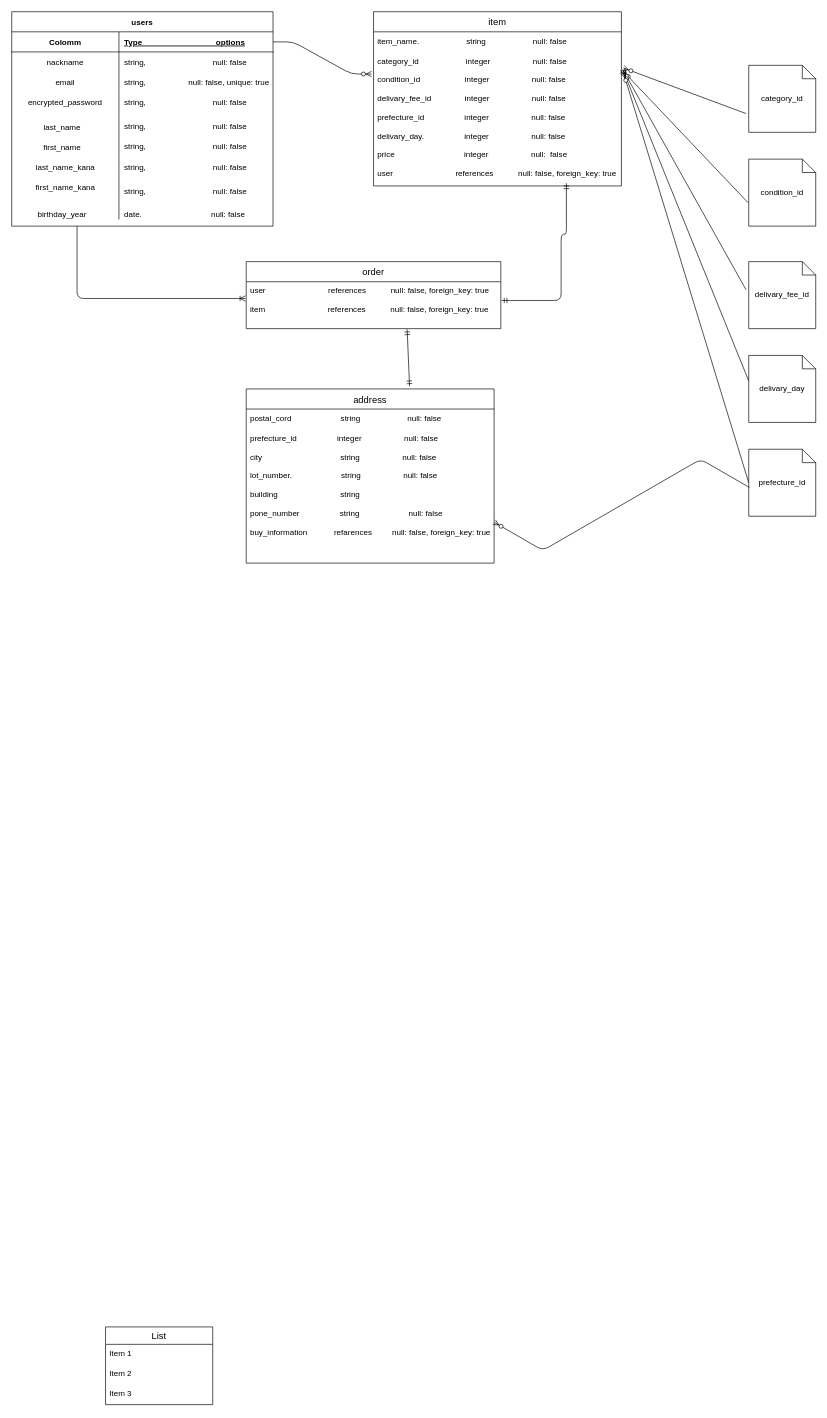
Earlier version of the draw.io diagram furima.dio (YuichiTakaoka/furima-37240). Source tidied: cells renumbered, new cells numbered last; positions are measured from the earlier drawing's top-left corner, leaving out a move shared by most shapes. Both pictures are drawn from the tidied source at 67%, with x=0, y=0 at pixel (11, 11).
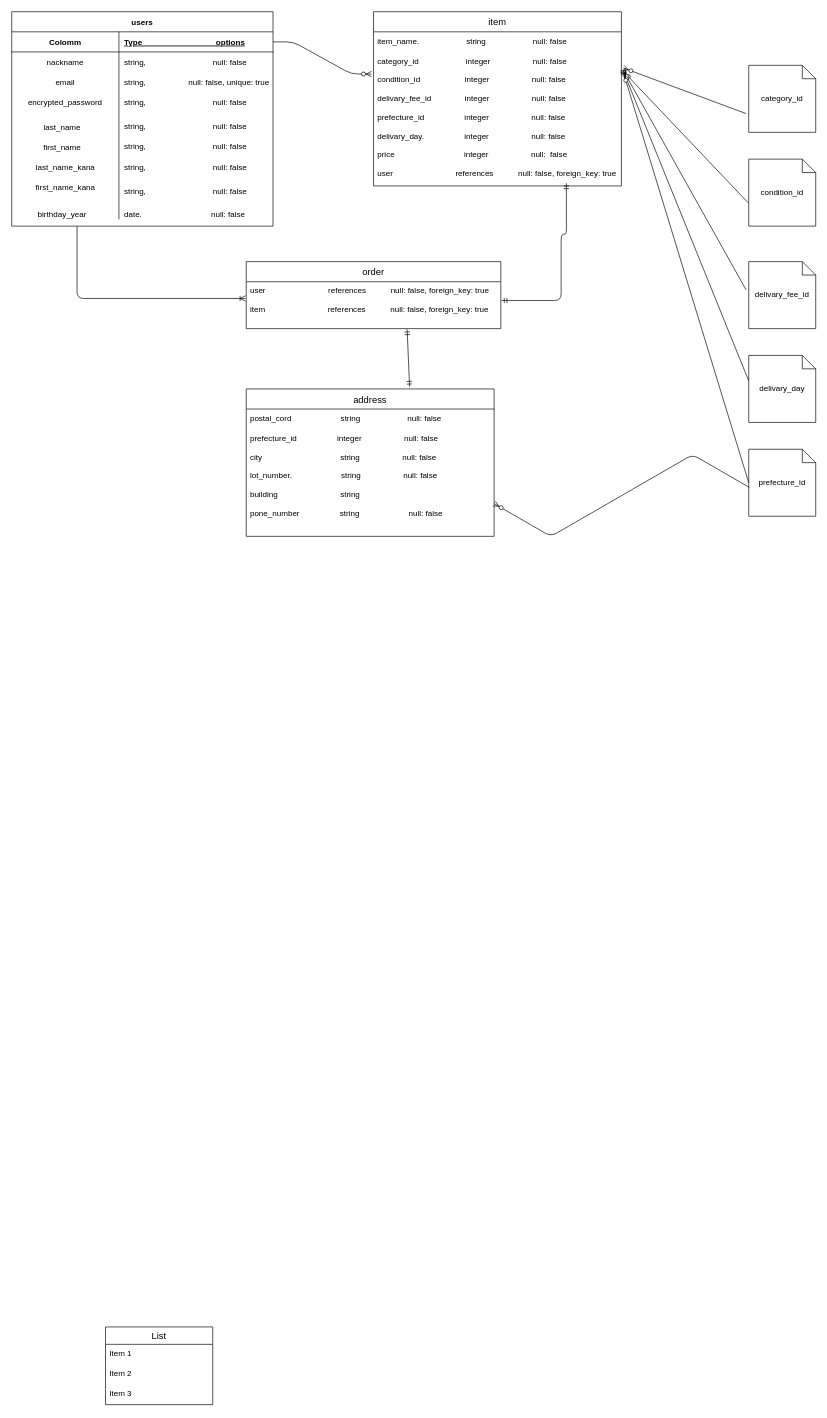
The same page after the edit.

The edit, as a diff of the source:
```diff
@@
     <mxCell id="44" value="address" style="swimlane;fontStyle=0;horizontal=1;startSize=30;align=center;fontSize=14;" parent="1" vertex="1">
-      <mxGeometry x="350" y="563" width="370" height="260" as="geometry" />
+      <mxGeometry x="350" y="563" width="370" height="220" as="geometry" />
     </mxCell>
@@
-    <mxCell id="46" value="prefecture_id                  integer                   null: false&#10;&#10;city                                   string                   null: false&#10; &#10;lot_number.                      string                   null: false&#10;&#10;building                            string                   &#10;&#10;pone_number                  string                      null: false&#10;&#10;buy_information            refarences         null: false, foreign_key: true" style="text;strokeColor=none;fillColor=none;spacingLeft=4;spacingRight=4;overflow=hidden;points=[[0,0.5],[1,0.5]];portConstraint=eastwest;fontSize=12;" parent="44" vertex="1">
-      <mxGeometry y="60" width="370" height="200" as="geometry" />
+    <mxCell id="46" value="prefecture_id                  integer                   null: false&#10;&#10;city                                   string                   null: false&#10; &#10;lot_number.                      string                   null: false&#10;&#10;building                            string                   &#10;&#10;pone_number                  string                      null: false" style="text;strokeColor=none;fillColor=none;spacingLeft=4;spacingRight=4;overflow=hidden;points=[[0,0.5],[1,0.5]];portConstraint=eastwest;fontSize=12;" parent="44" vertex="1">
+      <mxGeometry y="60" width="370" height="160" as="geometry" />
     </mxCell>
```
